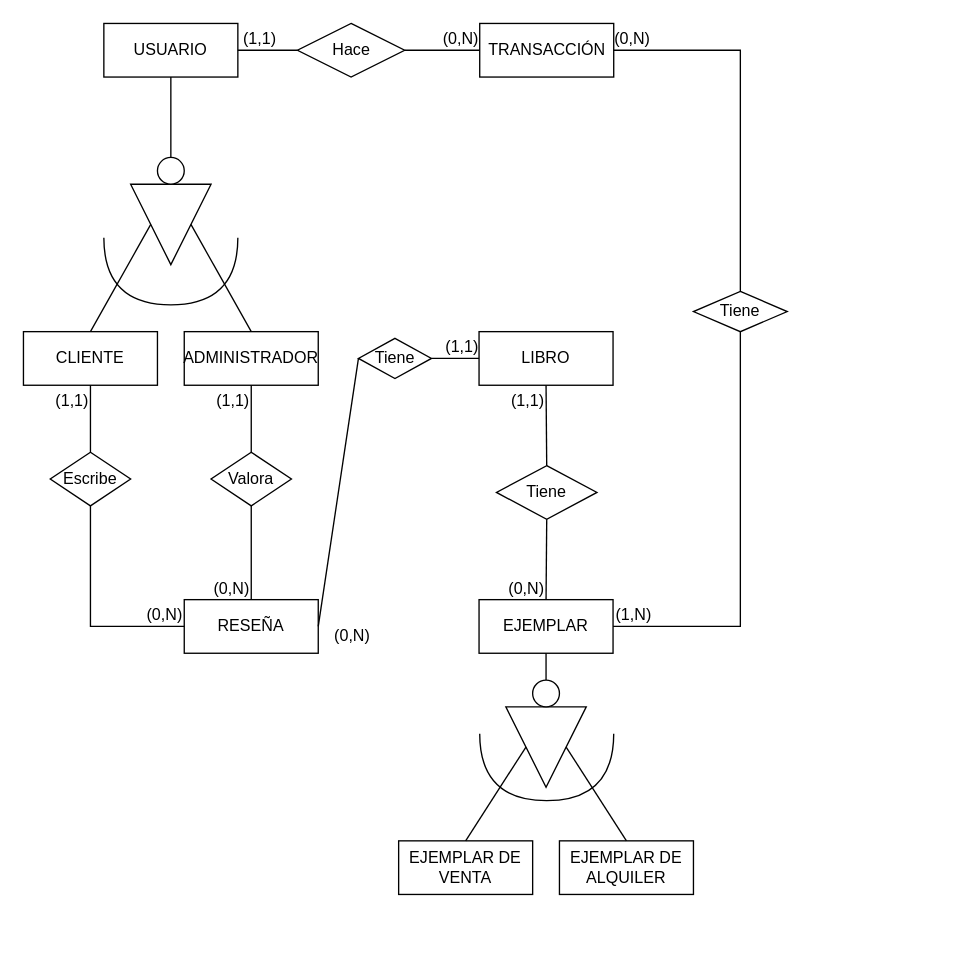
This is Diagrama sin título.drawio from ImAlex28/draw.io, a draw.io file, before an edit. Source tidied: cells renumbered, new cells numbered last; positions are measured from the earlier drawing's top-left corner, leaving out a move shared by most shapes. Both pictures are drawn from the tidied source at 134%, with x=0, y=0 at pixel (23, 23).
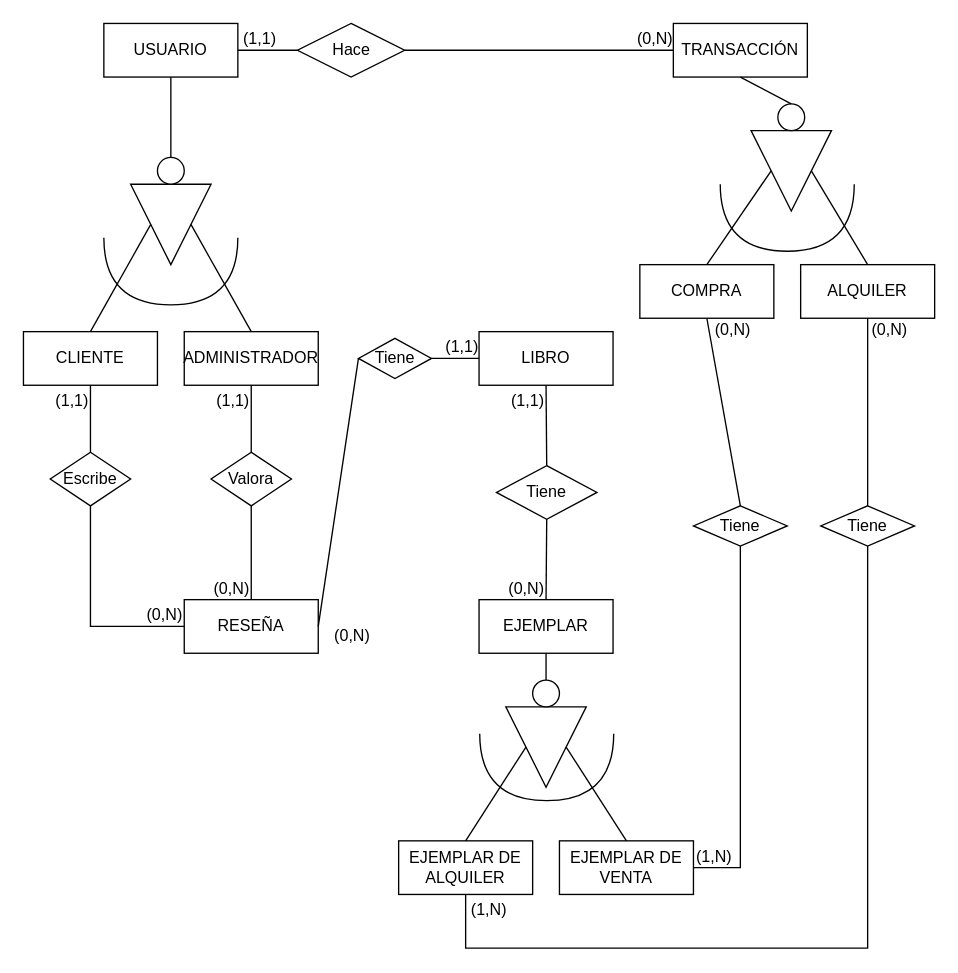
Above is the later version.

The change refers to these unchanged cells:
```xml
<mxCell id="3" value="EJEMPLAR" style="whiteSpace=wrap;html=1;align=center;" parent="1" vertex="1">
  <mxGeometry x="340" y="430" width="100" height="40" as="geometry" />
</mxCell>
```

The edit, as a diff of the source:
```diff
@@
-    <mxCell id="4" value="EJEMPLAR DE VENTA" style="whiteSpace=wrap;html=1;align=center;" parent="1" vertex="1">
+    <mxCell id="4" value="EJEMPLAR DE ALQUILER" style="whiteSpace=wrap;html=1;align=center;" parent="1" vertex="1">
       <mxGeometry x="280" y="610" width="100" height="40" as="geometry" />
     </mxCell>
-    <mxCell id="5" value="EJEMPLAR DE ALQUILER" style="whiteSpace=wrap;html=1;align=center;" parent="1" vertex="1">
+    <mxCell id="5" value="EJEMPLAR DE VENTA" style="whiteSpace=wrap;html=1;align=center;" parent="1" vertex="1">
       <mxGeometry x="400" y="610" width="100" height="40" as="geometry" />
     </mxCell>
@@
     <mxCell id="25" value="TRANSACCIÓN" style="whiteSpace=wrap;html=1;align=center;" parent="1" vertex="1">
-      <mxGeometry x="340.5" width="100" height="40" as="geometry" />
+      <mxGeometry x="485" width="100" height="40" as="geometry" />
     </mxCell>
@@
     <mxCell id="47" value="Tiene" style="shape=rhombus;perimeter=rhombusPerimeter;whiteSpace=wrap;html=1;align=center;" parent="1" vertex="1">
-      <mxGeometry x="500" y="200" width="70" height="30" as="geometry" />
+      <mxGeometry x="500" y="360" width="70" height="30" as="geometry" />
     </mxCell>
-    <mxCell id="48" style="endArrow=none;html=1;rounded=0;exitX=0.5;exitY=0;exitDx=0;exitDy=0;entryX=1;entryY=0.5;entryDx=0;entryDy=0;" parent="1" edge="1" source="47" target="25">
-      <mxGeometry relative="1" as="geometry">
-        <Array as="points">
-          <mxPoint x="535" y="20" />
-        </Array>
-      </mxGeometry>
+    <mxCell id="48" style="endArrow=none;html=1;rounded=0;exitX=0.5;exitY=0;exitDx=0;exitDy=0;entryX=0.5;entryY=1;entryDx=0;entryDy=0;" parent="1" edge="1" source="47" target="53">
+      <mxGeometry relative="1" as="geometry" />
     </mxCell>
     <mxCell id="49" value="(0,N)" style="html=1;whiteSpace=wrap;align=right;verticalAlign=bottom;" parent="48" vertex="1">
       <mxGeometry x="1" relative="1" as="geometry">
-        <mxPoint x="29" as="offset" />
+        <mxPoint x="34" y="17" as="offset" />
       </mxGeometry>
     </mxCell>
-    <mxCell id="50" style="endArrow=none;html=1;rounded=0;entryX=1;entryY=0.5;entryDx=0;entryDy=0;exitX=0.5;exitY=1;exitDx=0;exitDy=0;" parent="1" edge="1" source="47" target="3">
+    <mxCell id="50" style="endArrow=none;html=1;rounded=0;entryX=1;entryY=0.5;entryDx=0;entryDy=0;exitX=0.5;exitY=1;exitDx=0;exitDy=0;" parent="1" edge="1" source="47" target="5">
       <mxGeometry relative="1" as="geometry">
         <Array as="points">
           <mxPoint x="535" y="450" />
+          <mxPoint x="535" y="630" />
         </Array>
       </mxGeometry>
     </mxCell>
@@
+    <mxCell id="53" value="COMPRA" style="whiteSpace=wrap;html=1;align=center;" parent="1" vertex="1">
+      <mxGeometry x="460" y="180" width="100" height="40" as="geometry" />
+    </mxCell>
+    <mxCell id="54" value="ALQUILER" style="whiteSpace=wrap;html=1;align=center;" parent="1" vertex="1">
+      <mxGeometry x="580" y="180" width="100" height="40" as="geometry" />
+    </mxCell>
+    <mxCell id="55" style="triangle;whiteSpace=wrap;html=1;rotation=90;" parent="1" vertex="1">
+      <mxGeometry x="543" y="80" width="60" height="60" as="geometry" />
+    </mxCell>
+    <mxCell id="56" style="endArrow=none;html=1;rounded=0;entryX=0.5;entryY=1;entryDx=0;entryDy=0;exitX=0.5;exitY=0;exitDx=0;exitDy=0;" parent="1" edge="1" source="53" target="55">
+      <mxGeometry relative="1" as="geometry" />
+    </mxCell>
+    <mxCell id="57" style="endArrow=none;html=1;rounded=0;entryX=0.5;entryY=0;entryDx=0;entryDy=0;exitX=0.5;exitY=0;exitDx=0;exitDy=0;" parent="1" edge="1" source="54" target="55">
+      <mxGeometry relative="1" as="geometry" />
+    </mxCell>
+    <mxCell id="58" style="ellipse;whiteSpace=wrap;html=1;" parent="1" vertex="1">
+      <mxGeometry x="563" y="60" width="20" height="20" as="geometry" />
+    </mxCell>
+    <mxCell id="59" style="endArrow=none;html=1;rounded=0;edgeStyle=orthogonalEdgeStyle;curved=1;" parent="1" edge="1">
+      <mxGeometry relative="1" as="geometry">
+        <mxPoint x="520" y="120" as="sourcePoint" />
+        <mxPoint x="620" y="120" as="targetPoint" />
+        <Array as="points">
+          <mxPoint x="520" y="170" />
+          <mxPoint x="620" y="170" />
+        </Array>
+      </mxGeometry>
+    </mxCell>
+    <mxCell id="60" style="endArrow=none;html=1;rounded=0;entryX=0.5;entryY=1;entryDx=0;entryDy=0;exitX=0.5;exitY=0;exitDx=0;exitDy=0;" parent="1" edge="1" source="58" target="25">
+      <mxGeometry relative="1" as="geometry" />
+    </mxCell>
+    <mxCell id="61" style="endArrow=none;html=1;rounded=0;entryX=0.5;entryY=1;entryDx=0;entryDy=0;exitX=0.5;exitY=0;exitDx=0;exitDy=0;" parent="1" edge="1" source="63" target="54">
+      <mxGeometry relative="1" as="geometry" />
+    </mxCell>
+    <mxCell id="62" value="(0,N)" style="html=1;whiteSpace=wrap;align=right;verticalAlign=bottom;" parent="61" vertex="1">
+      <mxGeometry x="1" relative="1" as="geometry">
+        <mxPoint x="31" y="17" as="offset" />
+      </mxGeometry>
+    </mxCell>
+    <mxCell id="63" value="Tiene" style="shape=rhombus;perimeter=rhombusPerimeter;whiteSpace=wrap;html=1;align=center;" parent="1" vertex="1">
+      <mxGeometry x="595" y="360" width="70" height="30" as="geometry" />
+    </mxCell>
+    <mxCell id="64" style="endArrow=none;html=1;rounded=0;exitX=0.5;exitY=1;exitDx=0;exitDy=0;entryX=0.5;entryY=1;entryDx=0;entryDy=0;" parent="1" edge="1" source="63" target="4">
+      <mxGeometry relative="1" as="geometry">
+        <Array as="points">
+          <mxPoint x="630" y="460" />
+          <mxPoint x="630" y="690" />
+          <mxPoint x="330" y="690" />
+        </Array>
+      </mxGeometry>
+    </mxCell>
+    <mxCell id="65" value="(1,N)" style="html=1;whiteSpace=wrap;align=right;verticalAlign=bottom;" parent="64" vertex="1">
+      <mxGeometry x="1" relative="1" as="geometry">
+        <mxPoint x="32" y="20" as="offset" />
+      </mxGeometry>
+    </mxCell>
```
